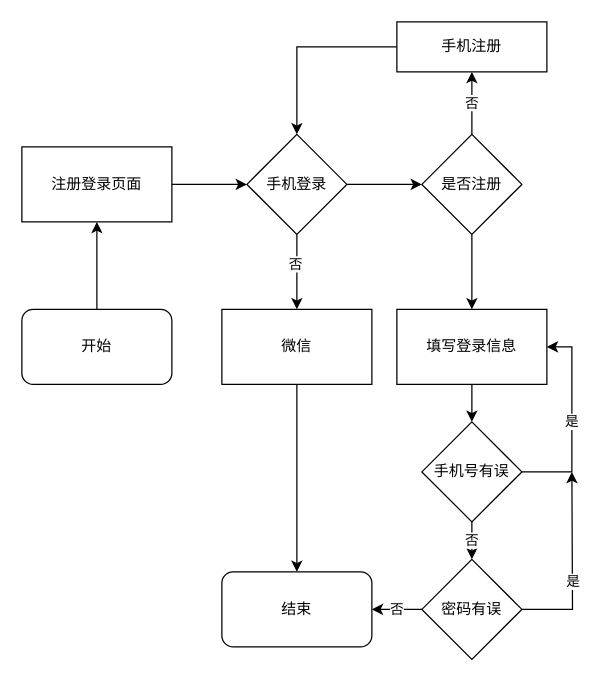
The draw.io diagram page "注册 登录" (4 of 8) of 前台.drawio in luoZH111/imags, before the edit. Source tidied: cells renumbered, new cells numbered last; positions are measured from the earlier drawing's top-left corner, leaving out a move shared by most shapes. Both pictures are drawn from the tidied source at 125%, with x=0, y=0 at pixel (21, 21).
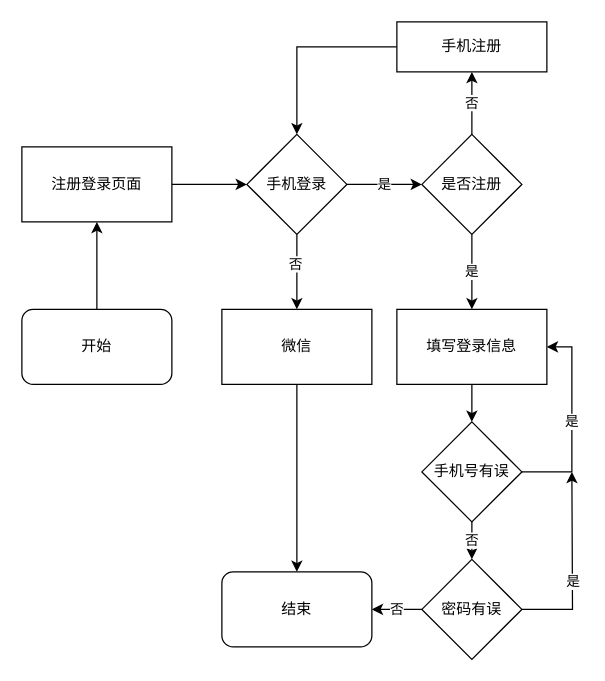
The same page after the edit.

The change refers to these unchanged cells:
```xml
<mxCell id="7" value="手机登录" style="rhombus;whiteSpace=wrap;html=1;" parent="1" vertex="1">
  <mxGeometry x="180" y="90" width="80" height="80" as="geometry" />
</mxCell>
<mxCell id="12" value="是否注册" style="rhombus;whiteSpace=wrap;html=1;" parent="1" vertex="1">
  <mxGeometry x="320" y="90" width="80" height="80" as="geometry" />
</mxCell>
<mxCell id="16" value="填写登录信息" style="whiteSpace=wrap;html=1;" parent="1" vertex="1">
  <mxGeometry x="300" y="230" width="120" height="60" as="geometry" />
</mxCell>
```

Diff of the diagram source:
```diff
@@
-    <mxCell id="6" style="edgeStyle=orthogonalEdgeStyle;rounded=0;jettySize=auto;html=1;" parent="1" edge="1" source="7" target="12">
+    <mxCell id="6" value="是" style="edgeStyle=orthogonalEdgeStyle;rounded=0;jettySize=auto;html=1;" parent="1" edge="1" source="7" target="12">
       <mxGeometry relative="1" as="geometry" />
     </mxCell>
@@
-    <mxCell id="11" style="edgeStyle=orthogonalEdgeStyle;rounded=0;jettySize=auto;html=1;" parent="1" edge="1" source="12" target="16">
+    <mxCell id="11" value="是" style="edgeStyle=orthogonalEdgeStyle;rounded=0;jettySize=auto;html=1;" parent="1" edge="1" source="12" target="16">
       <mxGeometry relative="1" as="geometry" />
     </mxCell>
```
